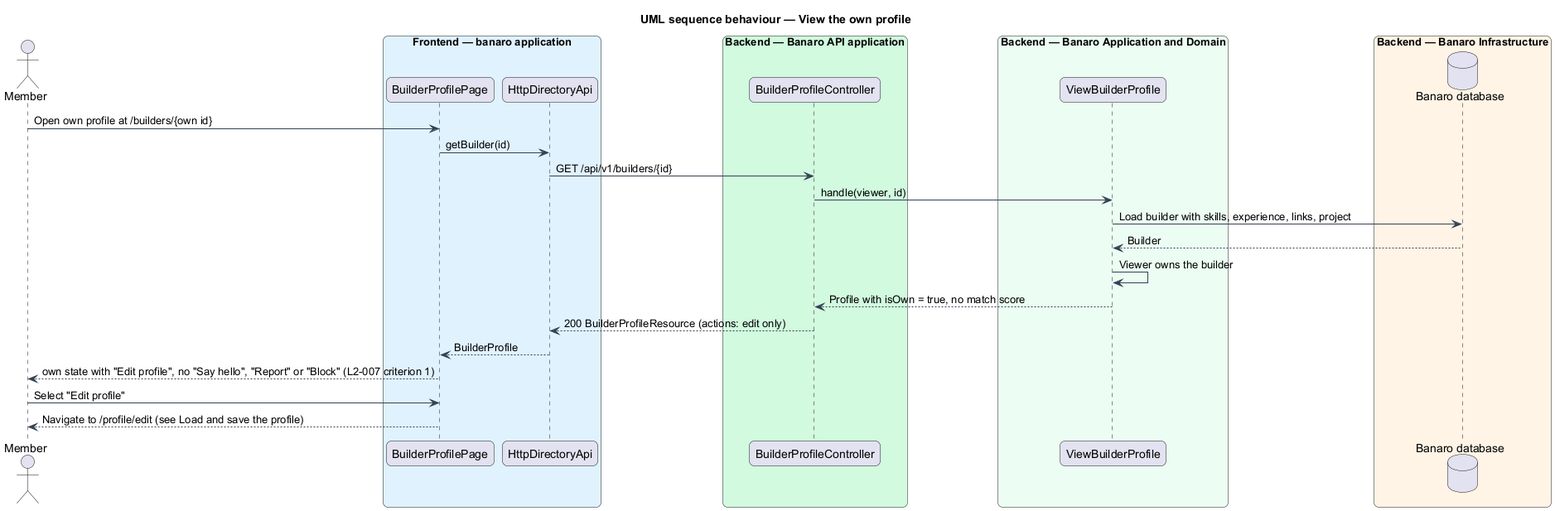
Above: docs/detailed-designs/profiles/edit-own-profile/diagrams/sequence-view-own-profile.png in QuinntyneBrown/banaro (PlantUML), before the change. Its diagram source:
```plantuml
@startuml
title UML sequence behaviour — View the own profile
skinparam backgroundColor #FFFFFF
skinparam shadowing false
skinparam roundcorner 12
skinparam defaultFontName Arial
skinparam ArrowColor #344054
skinparam rectangle {
  BorderColor #344054
  FontColor #101828
}
skinparam package {
  BorderColor #667085
  FontColor #101828
  BackgroundColor #F9FAFB
}
actor "Member" as actor
box "Frontend — banaro application" #E0F2FE
  participant "BuilderProfilePage" as page
  participant "HttpDirectoryApi" as client
end box
box "Backend — Banaro API application" #D1FADF
  participant "BuilderProfileController" as controller
end box
box "Backend — Banaro Application and Domain" #ECFDF3
  participant "ViewBuilderProfile" as action
end box
box "Backend — Banaro Infrastructure" #FFF4E5
  database "Banaro database" as db
end box

actor -> page : Open own profile at /builders/{own id}
page -> client : getBuilder(id)
client -> controller : GET /api/v1/builders/{id}
controller -> action : handle(viewer, id)
action -> db : Load builder with skills, experience, links, project
db --> action : Builder
action -> action : Viewer owns the builder
action --> controller : Profile with isOwn = true, no match score
controller --> client : 200 BuilderProfileResource (actions: edit only)
client --> page : BuilderProfile
page --> actor : own state with "Edit profile", no "Say hello", "Report" or "Block" (L2-007 criterion 1)
actor -> page : Select "Edit profile"
page --> actor : Navigate to /profile/edit (see Load and save the profile)
@enduml
```
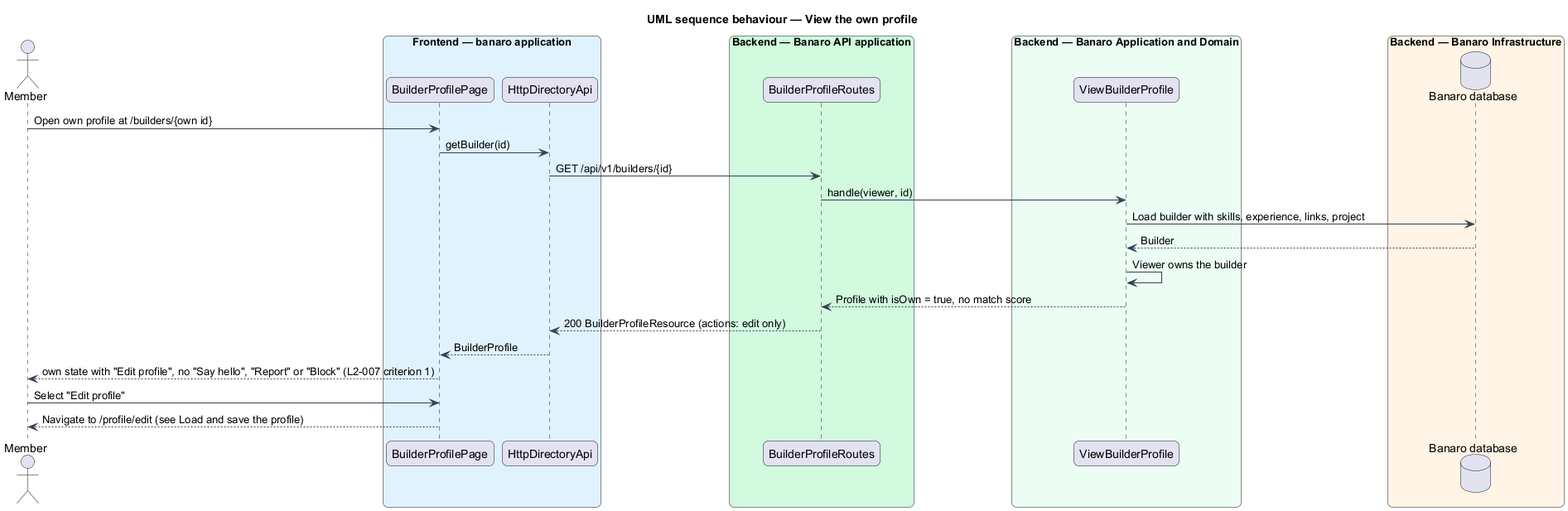
The same diagram one commit later.

Change to the diagram source:
```diff
@@ -20,7 +20,7 @@
   participant "HttpDirectoryApi" as client
 end box
 box "Backend — Banaro API application" #D1FADF
-  participant "BuilderProfileController" as controller
+  participant "BuilderProfileRoutes" as controller
 end box
 box "Backend — Banaro Application and Domain" #ECFDF3
   participant "ViewBuilderProfile" as action
```
